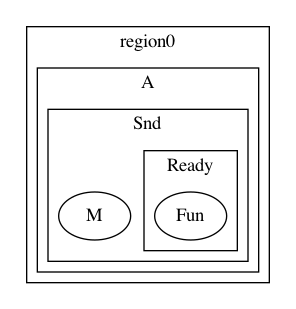
This is testG.gv.png from YifanZhou2574765/bigraph, a Graphviz export, as it was before one commit. Its source is kept beside it as testG.gv.
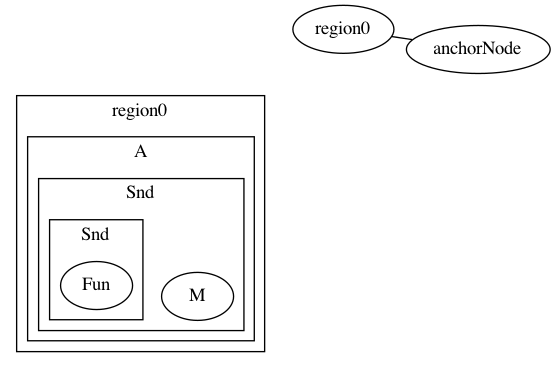
Later version of the same file.

Diff of the diagram source:
```diff
@@ -1,19 +1,20 @@
 graph testG {
-	subgraph cluster {
+	subgraph cluster_1 {
 		color=white
-		subgraph cluster {
+		subgraph cluster_2 {
 			color=black label=region0
-			subgraph cluster {
+			subgraph cluster_3 {
 				label=A
-				subgraph cluster {
+				subgraph cluster_4 {
 					label=Snd
 					M
-					subgraph cluster {
-						label=Ready
+					subgraph cluster_5 {
+						lbabel=Ready
 						Fun
 					}
 				}
 			}
 		}
 	}
+	region0 -- anchorNode
 }
```
